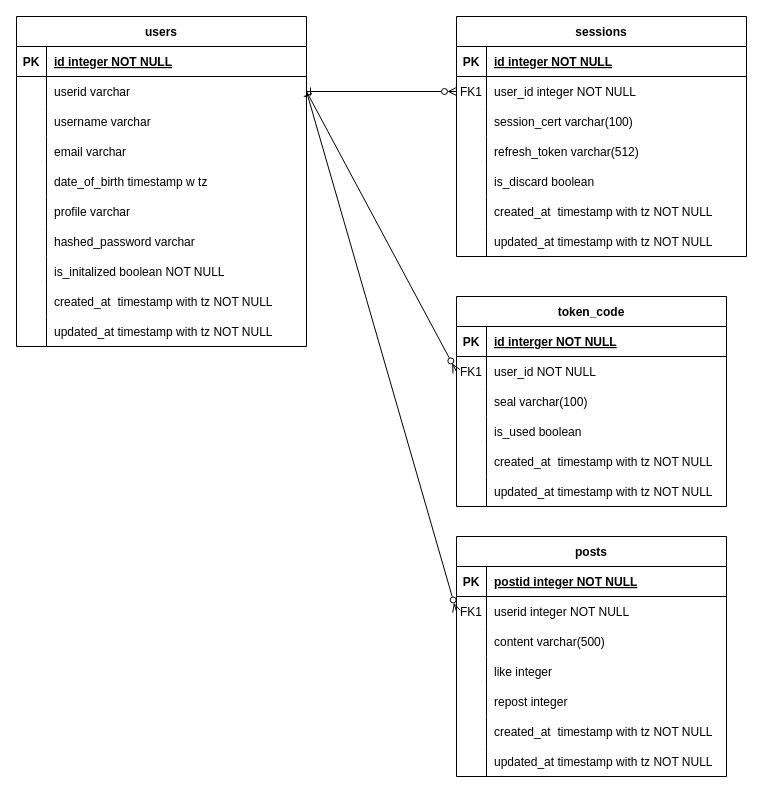
Earlier version of the draw.io diagram vrc_sns.drawio (Milix-M/vrc_sns_backend). Source tidied: cells renumbered, new cells numbered last; positions are measured from the earlier drawing's top-left corner, leaving out a move shared by most shapes. Both pictures are drawn from the tidied source at 100%, with x=0, y=0 at pixel (16, 16).
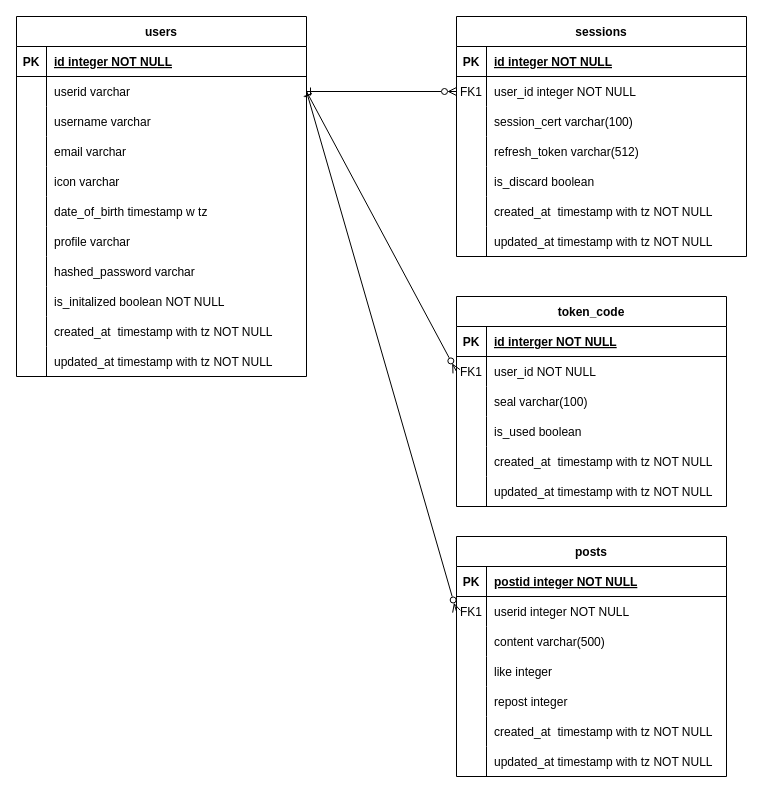
Above is the later version.

Commit message:
ER図を最新にアップデート

Change to the diagram source:
```diff
@@
     <mxCell id="2" value="users" style="shape=table;startSize=30;childLayout=tableLayout;rowLines=0;fontStyle=1;align=center;" parent="1" vertex="1">
-      <mxGeometry width="290" height="330" as="geometry" />
+      <mxGeometry width="290" height="360" as="geometry" />
     </mxCell>
@@
+    <mxCell id="99" style="shape=tableRow;horizontal=0;startSize=0;swimlaneHead=0;swimlaneBody=0;fillColor=none;top=0;left=0;right=0;bottom=0;" parent="2" vertex="1">
+      <mxGeometry y="150" width="290" height="30" as="geometry" />
+    </mxCell>
+    <mxCell id="100" style="shape=partialRectangle;fillColor=none;top=0;left=0;bottom=0;right=0;overflow=hidden;" parent="99" vertex="1">
+      <mxGeometry width="30" height="30" as="geometry" />
+    </mxCell>
+    <mxCell id="101" value="icon varchar" style="shape=partialRectangle;fillColor=none;top=0;left=0;bottom=0;right=0;align=left;spacingLeft=6;overflow=hidden;" parent="99" vertex="1">
+      <mxGeometry x="30" width="260" height="30" as="geometry" />
+    </mxCell>
     <mxCell id="15" style="shape=tableRow;horizontal=0;startSize=0;swimlaneHead=0;swimlaneBody=0;fillColor=none;top=0;left=0;right=0;bottom=0;" parent="2" vertex="1">
-      <mxGeometry y="150" width="290" height="30" as="geometry" />
+      <mxGeometry y="180" width="290" height="30" as="geometry" />
     </mxCell>
@@
     <mxCell id="18" style="shape=tableRow;horizontal=0;startSize=0;swimlaneHead=0;swimlaneBody=0;fillColor=none;top=0;left=0;right=0;bottom=0;" parent="2" vertex="1">
-      <mxGeometry y="180" width="290" height="30" as="geometry" />
+      <mxGeometry y="210" width="290" height="30" as="geometry" />
     </mxCell>
@@
     <mxCell id="21" style="shape=tableRow;horizontal=0;startSize=0;swimlaneHead=0;swimlaneBody=0;fillColor=none;top=0;left=0;right=0;bottom=0;" parent="2" vertex="1">
-      <mxGeometry y="210" width="290" height="30" as="geometry" />
+      <mxGeometry y="240" width="290" height="30" as="geometry" />
     </mxCell>
@@
     <mxCell id="24" style="shape=tableRow;horizontal=0;startSize=0;swimlaneHead=0;swimlaneBody=0;fillColor=none;top=0;left=0;right=0;bottom=0;" parent="2" vertex="1">
-      <mxGeometry y="240" width="290" height="30" as="geometry" />
+      <mxGeometry y="270" width="290" height="30" as="geometry" />
     </mxCell>
@@
     <mxCell id="27" style="shape=tableRow;horizontal=0;startSize=0;swimlaneHead=0;swimlaneBody=0;fillColor=none;top=0;left=0;right=0;bottom=0;" parent="2" vertex="1">
-      <mxGeometry y="270" width="290" height="30" as="geometry" />
+      <mxGeometry y="300" width="290" height="30" as="geometry" />
     </mxCell>
@@
     <mxCell id="30" style="shape=tableRow;horizontal=0;startSize=0;swimlaneHead=0;swimlaneBody=0;fillColor=none;top=0;left=0;right=0;bottom=0;" parent="2" vertex="1">
-      <mxGeometry y="300" width="290" height="30" as="geometry" />
+      <mxGeometry y="330" width="290" height="30" as="geometry" />
     </mxCell>
```
